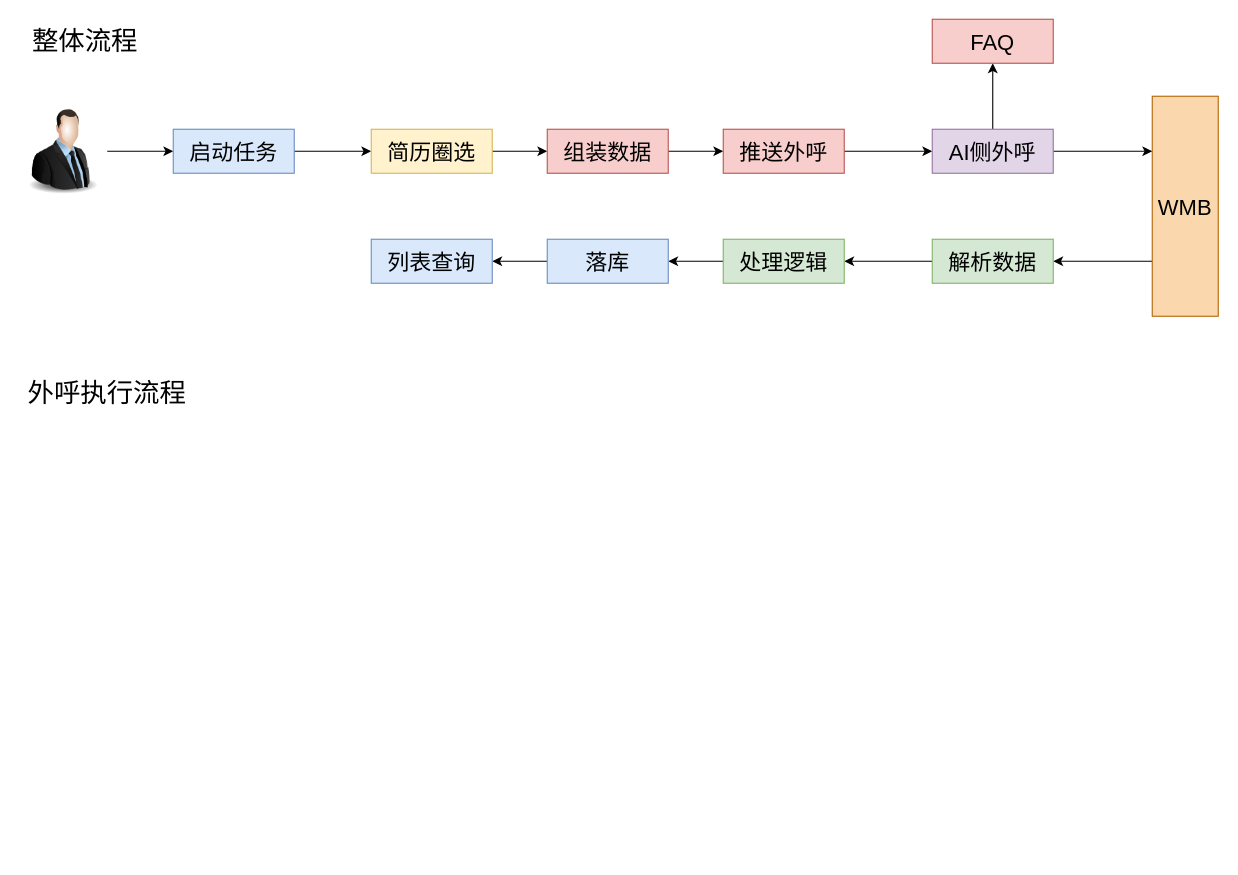
LuOyEbY/draw-b keeps this draw.io diagram as AI智能外呼.drawio. Above is the earlier version. Source tidied: cells renumbered, new cells numbered last; positions are measured from the earlier drawing's top-left corner, leaving out a move shared by most shapes. Both pictures are drawn from the tidied source at 110%, with x=0, y=0 at pixel (19, 19).
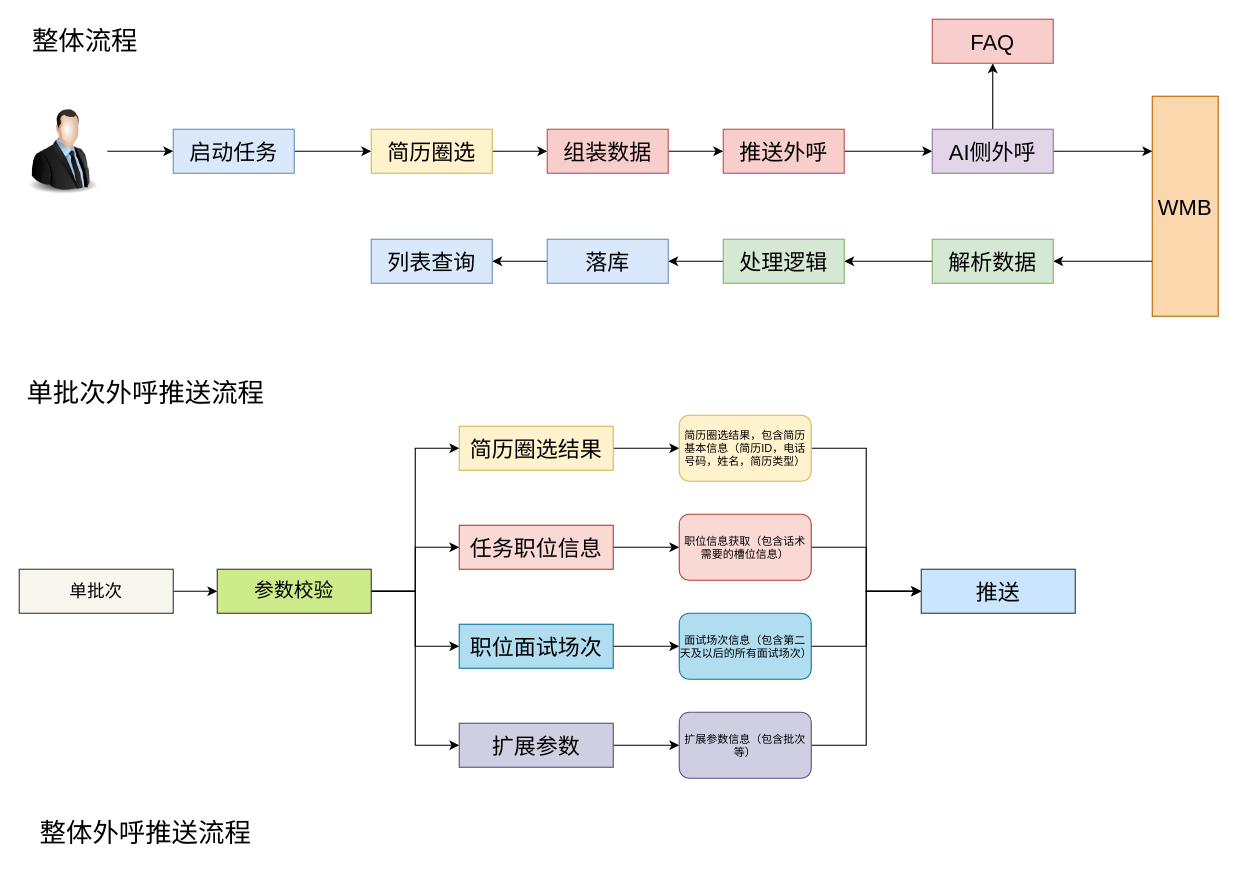
The same diagram, later.

Commit message (it also covers changes not shown here):
更新AI智能外呼.drawio

What changed in the source:
```diff
@@
-    <mxCell id="26" value="外呼执行流程" style="text;html=1;strokeColor=none;fillColor=none;align=center;verticalAlign=middle;whiteSpace=wrap;rounded=0;fontSize=24;" parent="1" vertex="1">
-      <mxGeometry y="320" width="160" height="40" as="geometry" />
+    <mxCell id="26" value="单批次外呼推送流程" style="text;html=1;strokeColor=none;fillColor=none;align=center;verticalAlign=middle;whiteSpace=wrap;rounded=0;fontSize=24;" parent="1" vertex="1">
+      <mxGeometry y="320" width="230" height="40" as="geometry" />
     </mxCell>
+    <mxCell id="27" style="edgeStyle=orthogonalEdgeStyle;rounded=0;jettySize=auto;html=1;" parent="1" edge="1" source="28" target="34">
+      <mxGeometry relative="1" as="geometry" />
+    </mxCell>
+    <mxCell id="28" value="简历圈选结果" style="whiteSpace=wrap;html=1;verticalAlign=middle;labelBackgroundColor=none;fontSize=20;fillColor=#fff2cc;strokeColor=#d6b656;" parent="1" vertex="1">
+      <mxGeometry x="400" y="370" width="140" height="40" as="geometry" />
+    </mxCell>
+    <mxCell id="29" style="edgeStyle=orthogonalEdgeStyle;rounded=0;jettySize=auto;html=1;" parent="1" edge="1" source="30" target="36">
+      <mxGeometry relative="1" as="geometry" />
+    </mxCell>
+    <mxCell id="30" value="任务职位信息" style="whiteSpace=wrap;html=1;verticalAlign=middle;labelBackgroundColor=none;fontSize=20;fillColor=#fad9d5;strokeColor=#ae4132;" parent="1" vertex="1">
+      <mxGeometry x="400" y="460" width="140" height="40" as="geometry" />
+    </mxCell>
+    <mxCell id="31" style="edgeStyle=orthogonalEdgeStyle;rounded=0;jettySize=auto;html=1;" parent="1" edge="1" source="32" target="38">
+      <mxGeometry relative="1" as="geometry" />
+    </mxCell>
+    <mxCell id="32" value="职位面试场次" style="whiteSpace=wrap;html=1;verticalAlign=middle;labelBackgroundColor=none;fontSize=20;fillColor=#b1ddf0;strokeColor=#10739e;" parent="1" vertex="1">
+      <mxGeometry x="400" y="550" width="140" height="40" as="geometry" />
+    </mxCell>
+    <mxCell id="33" style="edgeStyle=orthogonalEdgeStyle;rounded=0;jettySize=auto;html=1;entryX=0;entryY=0.5;entryDx=0;entryDy=0;" parent="1" edge="1" source="34" target="44">
+      <mxGeometry relative="1" as="geometry" />
+    </mxCell>
+    <mxCell id="34" value="简历圈选结果，包含简历基本信息（简历ID，电话号码，姓名，简历类型）" style="rounded=1;whiteSpace=wrap;html=1;fontSize=10;fillColor=#fff2cc;strokeColor=#d6b656;labelBackgroundColor=none;" parent="1" vertex="1">
+      <mxGeometry x="600" y="360" width="120" height="60" as="geometry" />
+    </mxCell>
+    <mxCell id="35" style="edgeStyle=orthogonalEdgeStyle;rounded=0;jettySize=auto;html=1;entryX=0;entryY=0.5;entryDx=0;entryDy=0;" parent="1" edge="1" source="36" target="44">
+      <mxGeometry relative="1" as="geometry" />
+    </mxCell>
+    <mxCell id="36" value="职位信息获取（包含话术需要的槽位信息）" style="rounded=1;whiteSpace=wrap;html=1;fontSize=10;fillColor=#fad9d5;strokeColor=#ae4132;labelBackgroundColor=none;" parent="1" vertex="1">
+      <mxGeometry x="600" y="450" width="120" height="60" as="geometry" />
+    </mxCell>
+    <mxCell id="37" style="edgeStyle=orthogonalEdgeStyle;rounded=0;jettySize=auto;html=1;entryX=0;entryY=0.5;entryDx=0;entryDy=0;" parent="1" edge="1" source="38" target="44">
+      <mxGeometry relative="1" as="geometry" />
+    </mxCell>
+    <mxCell id="38" value="面试场次信息（包含第二天及以后的所有面试场次）" style="rounded=1;whiteSpace=wrap;html=1;fontSize=10;fillColor=#b1ddf0;strokeColor=#10739e;labelBackgroundColor=none;" parent="1" vertex="1">
+      <mxGeometry x="600" y="540" width="120" height="60" as="geometry" />
+    </mxCell>
+    <mxCell id="39" style="edgeStyle=orthogonalEdgeStyle;rounded=0;jettySize=auto;html=1;entryX=0;entryY=0.5;entryDx=0;entryDy=0;" parent="1" edge="1" source="43" target="28">
+      <mxGeometry relative="1" as="geometry" />
+    </mxCell>
+    <mxCell id="40" style="edgeStyle=orthogonalEdgeStyle;rounded=0;jettySize=auto;html=1;entryX=0;entryY=0.5;entryDx=0;entryDy=0;" parent="1" edge="1" source="43" target="32">
+      <mxGeometry relative="1" as="geometry" />
+    </mxCell>
+    <mxCell id="41" style="edgeStyle=orthogonalEdgeStyle;rounded=0;jettySize=auto;html=1;entryX=0;entryY=0.5;entryDx=0;entryDy=0;" parent="1" edge="1" source="43" target="46">
+      <mxGeometry relative="1" as="geometry" />
+    </mxCell>
+    <mxCell id="42" style="edgeStyle=orthogonalEdgeStyle;rounded=0;jettySize=auto;html=1;" parent="1" edge="1" source="43" target="30">
+      <mxGeometry relative="1" as="geometry" />
+    </mxCell>
+    <mxCell id="43" value="参数校验" style="whiteSpace=wrap;html=1;verticalAlign=middle;labelBackgroundColor=none;fontSize=18;fillColor=#cdeb8b;strokeColor=#36393d;" parent="1" vertex="1">
+      <mxGeometry x="180" y="500" width="140" height="40" as="geometry" />
+    </mxCell>
+    <mxCell id="44" value="推送" style="whiteSpace=wrap;html=1;verticalAlign=middle;labelBackgroundColor=none;fontSize=20;fillColor=#cce5ff;strokeColor=#36393d;" parent="1" vertex="1">
+      <mxGeometry x="820" y="500" width="140" height="40" as="geometry" />
+    </mxCell>
+    <mxCell id="45" style="edgeStyle=orthogonalEdgeStyle;rounded=0;jettySize=auto;html=1;" parent="1" edge="1" source="46" target="48">
+      <mxGeometry relative="1" as="geometry" />
+    </mxCell>
+    <mxCell id="46" value="扩展参数" style="whiteSpace=wrap;html=1;verticalAlign=middle;labelBackgroundColor=none;fontSize=20;fillColor=#d0cee2;strokeColor=#56517e;" parent="1" vertex="1">
+      <mxGeometry x="400" y="640" width="140" height="40" as="geometry" />
+    </mxCell>
+    <mxCell id="47" style="edgeStyle=orthogonalEdgeStyle;rounded=0;jettySize=auto;html=1;entryX=0;entryY=0.5;entryDx=0;entryDy=0;" parent="1" edge="1" source="48" target="44">
+      <mxGeometry relative="1" as="geometry" />
+    </mxCell>
+    <mxCell id="48" value="扩展参数信息（包含批次等）" style="rounded=1;whiteSpace=wrap;html=1;fontSize=10;fillColor=#d0cee2;strokeColor=#56517e;labelBackgroundColor=none;" parent="1" vertex="1">
+      <mxGeometry x="600" y="630" width="120" height="60" as="geometry" />
+    </mxCell>
+    <mxCell id="49" style="edgeStyle=orthogonalEdgeStyle;rounded=0;jettySize=auto;html=1;entryX=0;entryY=0.5;entryDx=0;entryDy=0;" parent="1" edge="1" source="50" target="43">
+      <mxGeometry relative="1" as="geometry" />
+    </mxCell>
+    <mxCell id="50" value="单批次" style="whiteSpace=wrap;html=1;verticalAlign=middle;labelBackgroundColor=none;fontSize=16;fillColor=#f9f7ed;strokeColor=#36393d;" parent="1" vertex="1">
+      <mxGeometry y="500" width="140" height="40" as="geometry" />
+    </mxCell>
+    <mxCell id="51" value="整体外呼推送流程" style="text;html=1;strokeColor=none;fillColor=none;align=center;verticalAlign=middle;whiteSpace=wrap;rounded=0;fontSize=24;" parent="1" vertex="1">
+      <mxGeometry y="720" width="230" height="40" as="geometry" />
+    </mxCell>
```
